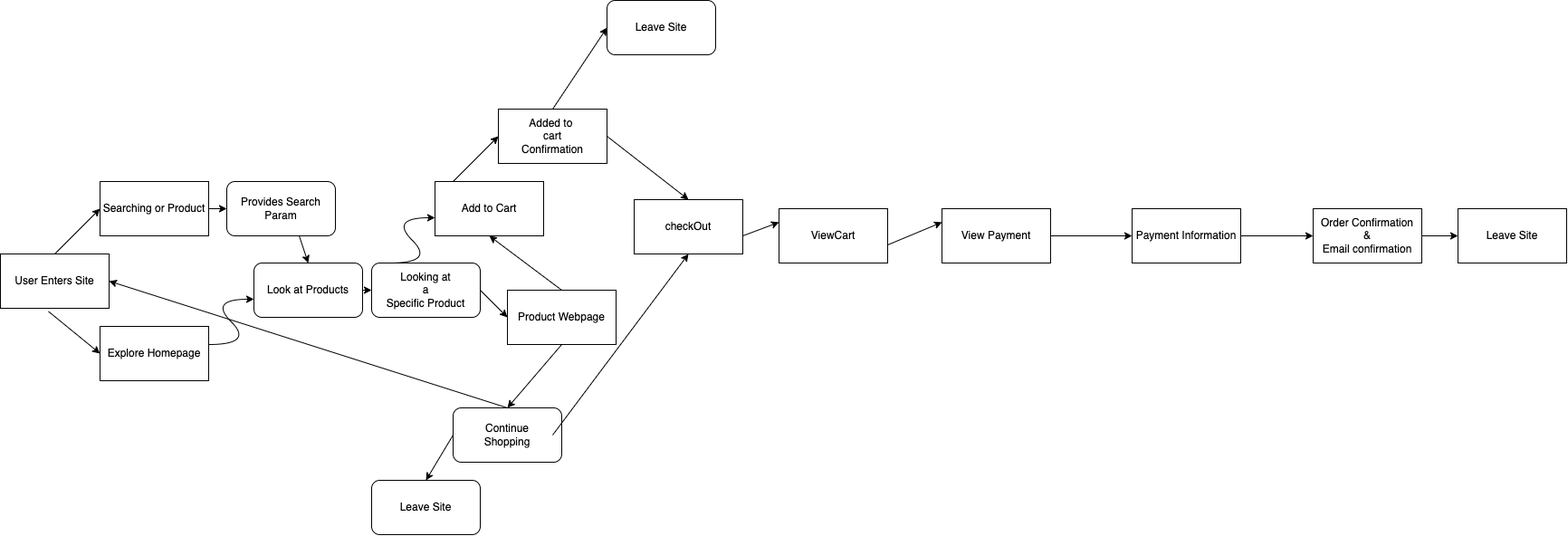
nedbitar/sp24-cse110-lab4 keeps this draw.io diagram as explore/diagramming/diagram.drawio.png. Above is the earlier version. Source tidied: cells renumbered, new cells last; positions are measured from the earlier drawing's top-left corner, leaving out a move shared by most shapes.
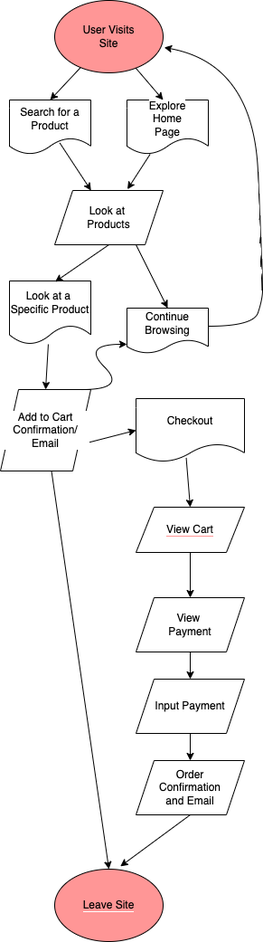
Above is the later version.

The edit, as a diff of the source:
```diff
@@ -2,168 +2,113 @@
   <root>
     <mxCell id="0" />
     <mxCell id="1" parent="0" />
-    <mxCell id="2" value="User Enters Site" style="rounded=0;whiteSpace=wrap;html=1;" parent="1" vertex="1">
-      <mxGeometry y="280" width="120" height="60" as="geometry" />
-    </mxCell>
-    <mxCell id="3" value="Searching or Product" style="rounded=0;whiteSpace=wrap;html=1;" parent="1" vertex="1">
-      <mxGeometry x="110" y="200" width="120" height="60" as="geometry" />
-    </mxCell>
-    <mxCell id="4" value="Explore Homepage" style="rounded=0;whiteSpace=wrap;html=1;" parent="1" vertex="1">
-      <mxGeometry x="110" y="360" width="120" height="60" as="geometry" />
-    </mxCell>
-    <mxCell id="5" value="Provides Search Param" style="rounded=1;whiteSpace=wrap;html=1;" parent="1" vertex="1">
-      <mxGeometry x="250" y="200" width="120" height="60" as="geometry" />
-    </mxCell>
+    <mxCell id="40" value="&lt;font color=&quot;#000000&quot;&gt;User Visits&lt;br&gt;Site&lt;/font&gt;" style="ellipse;whiteSpace=wrap;html=1;fillColor=#FF9696;" parent="1" vertex="1">
+      <mxGeometry x="70" y="-100" width="120" height="80" as="geometry" />
+    </mxCell>
+    <mxCell id="41" value="Search for a Product" style="shape=document;whiteSpace=wrap;html=1;boundedLbl=1;labelBackgroundColor=#FFFFFF;fontColor=#000000;fillColor=#FFFFFF;" parent="1" vertex="1">
+      <mxGeometry x="20" y="10" width="90" height="60" as="geometry" />
+    </mxCell>
+    <mxCell id="42" value="Explore&lt;br&gt;Home&lt;br&gt;Page" style="shape=document;whiteSpace=wrap;html=1;boundedLbl=1;labelBackgroundColor=#FFFFFF;fontColor=#000000;fillColor=#FFFFFF;" parent="1" vertex="1">
+      <mxGeometry x="150" y="10" width="90" height="60" as="geometry" />
+    </mxCell>
+    <mxCell id="43" style="endArrow=classic;html=1;fontColor=#000000;entryX=0.5;entryY=0;entryDx=0;entryDy=0;" parent="1" edge="1" source="40" target="41">
+      <mxGeometry relative="1" as="geometry" />
+    </mxCell>
+    <mxCell id="44" style="endArrow=classic;html=1;fontColor=#000000;entryX=0.5;entryY=0;entryDx=0;entryDy=0;" parent="1" edge="1" source="40">
+      <mxGeometry relative="1" as="geometry">
+        <mxPoint x="190" y="10" as="targetPoint" />
+      </mxGeometry>
+    </mxCell>
-    <mxCell id="6" value="Look at Products" style="rounded=1;whiteSpace=wrap;html=1;" parent="1" vertex="1">
-      <mxGeometry x="280" y="290" width="120" height="60" as="geometry" />
+    <mxCell id="6" value="Look at&amp;nbsp;&lt;br&gt;Products" style="shape=parallelogram;perimeter=parallelogramPerimeter;whiteSpace=wrap;html=1;fixedSize=1;labelBackgroundColor=#FFFFFF;fontColor=#000000;fillColor=#FFFFFF;" parent="1" vertex="1">
+      <mxGeometry x="70" y="110" width="120" height="60" as="geometry" />
     </mxCell>
-    <mxCell id="7" style="endArrow=classic;html=1;" parent="1" edge="1">
-      <mxGeometry relative="1" as="geometry">
-        <mxPoint x="60" y="280" as="sourcePoint" />
-        <mxPoint x="110" y="230" as="targetPoint" />
-      </mxGeometry>
-    </mxCell>
-    <mxCell id="8" style="endArrow=classic;html=1;entryX=0;entryY=0.5;entryDx=0;entryDy=0;exitX=0.442;exitY=1.058;exitDx=0;exitDy=0;exitPerimeter=0;" parent="1" edge="1" source="2" target="4">
-      <mxGeometry relative="1" as="geometry" />
-    </mxCell>
-    <mxCell id="9" style="endArrow=classic;html=1;entryX=0;entryY=0.5;entryDx=0;entryDy=0;" parent="1" edge="1" target="5">
-      <mxGeometry relative="1" as="geometry">
-        <mxPoint x="230" y="230" as="sourcePoint" />
-      </mxGeometry>
-    </mxCell>
-    <mxCell id="10" style="curved=1;endArrow=classic;html=1;" parent="1" edge="1">
-      <mxGeometry relative="1" as="geometry">
-        <mxPoint x="230" y="380" as="sourcePoint" />
-        <mxPoint x="280" y="330" as="targetPoint" />
-        <Array as="points">
-          <mxPoint x="280" y="380" />
-          <mxPoint x="230" y="330" />
-        </Array>
-      </mxGeometry>
-    </mxCell>
-    <mxCell id="11" style="endArrow=classic;html=1;entryX=0.5;entryY=0;entryDx=0;entryDy=0;" parent="1" edge="1" target="6">
-      <mxGeometry relative="1" as="geometry">
-        <mxPoint x="330" y="260" as="sourcePoint" />
-      </mxGeometry>
-    </mxCell>
-    <mxCell id="12" value="Looking at&lt;br&gt;a&lt;br&gt;Specific Product" style="rounded=1;whiteSpace=wrap;html=1;" parent="1" vertex="1">
-      <mxGeometry x="410" y="290" width="120" height="60" as="geometry" />
-    </mxCell>
-    <mxCell id="13" style="endArrow=classic;html=1;entryX=0;entryY=0.5;entryDx=0;entryDy=0;" parent="1" edge="1" target="12">
-      <mxGeometry relative="1" as="geometry">
-        <mxPoint x="400" y="320" as="sourcePoint" />
-      </mxGeometry>
-    </mxCell>
-    <mxCell id="14" value="Add to Cart&lt;br&gt;" style="rounded=0;whiteSpace=wrap;html=1;" parent="1" vertex="1">
-      <mxGeometry x="480" y="200" width="120" height="60" as="geometry" />
-    </mxCell>
-    <mxCell id="15" value="Added to&amp;nbsp;&lt;br&gt;cart&lt;br&gt;Confirmation&lt;br&gt;" style="rounded=0;whiteSpace=wrap;html=1;" parent="1" vertex="1">
-      <mxGeometry x="550" y="120" width="120" height="60" as="geometry" />
-    </mxCell>
-    <mxCell id="16" style="curved=1;endArrow=classic;html=1;" parent="1" edge="1">
-      <mxGeometry relative="1" as="geometry">
-        <mxPoint x="430" y="290" as="sourcePoint" />
-        <mxPoint x="480" y="240" as="targetPoint" />
-        <Array as="points">
-          <mxPoint x="480" y="290" />
-          <mxPoint x="430" y="240" />
-        </Array>
-      </mxGeometry>
-    </mxCell>
-    <mxCell id="17" style="endArrow=classic;html=1;" parent="1" edge="1">
-      <mxGeometry relative="1" as="geometry">
-        <mxPoint x="500" y="200" as="sourcePoint" />
-        <mxPoint x="550" y="150" as="targetPoint" />
-      </mxGeometry>
-    </mxCell>
-    <mxCell id="18" value="Product Webpage" style="rounded=0;whiteSpace=wrap;html=1;" parent="1" vertex="1">
-      <mxGeometry x="560" y="320" width="120" height="60" as="geometry" />
-    </mxCell>
-    <mxCell id="19" style="endArrow=classic;html=1;entryX=0;entryY=0.5;entryDx=0;entryDy=0;" parent="1" edge="1" target="18">
-      <mxGeometry relative="1" as="geometry">
-        <mxPoint x="530" y="320" as="sourcePoint" />
-      </mxGeometry>
-    </mxCell>
-    <mxCell id="20" style="endArrow=classic;html=1;entryX=0.5;entryY=1;entryDx=0;entryDy=0;" parent="1" edge="1" target="14">
-      <mxGeometry relative="1" as="geometry">
-        <mxPoint x="620" y="320" as="sourcePoint" />
-      </mxGeometry>
-    </mxCell>
-    <mxCell id="21" value="Continue&lt;br&gt;Shopping" style="rounded=1;whiteSpace=wrap;html=1;" parent="1" vertex="1">
-      <mxGeometry x="500" y="450" width="120" height="60" as="geometry" />
-    </mxCell>
-    <mxCell id="22" style="endArrow=classic;html=1;exitX=0.5;exitY=0;exitDx=0;exitDy=0;entryX=1;entryY=0.5;entryDx=0;entryDy=0;" parent="1" edge="1" source="21" target="2">
-      <mxGeometry relative="1" as="geometry" />
-    </mxCell>
-    <mxCell id="23" style="endArrow=classic;html=1;exitX=0.5;exitY=1;exitDx=0;exitDy=0;entryX=0.5;entryY=0;entryDx=0;entryDy=0;" parent="1" edge="1" source="18" target="21">
-      <mxGeometry relative="1" as="geometry" />
-    </mxCell>
-    <mxCell id="24" value="checkOut" style="rounded=0;whiteSpace=wrap;html=1;" parent="1" vertex="1">
-      <mxGeometry x="700" y="220" width="120" height="60" as="geometry" />
-    </mxCell>
-    <mxCell id="25" style="endArrow=classic;html=1;entryX=0.5;entryY=0;entryDx=0;entryDy=0;" parent="1" edge="1" target="24">
-      <mxGeometry relative="1" as="geometry">
-        <mxPoint x="670" y="150" as="sourcePoint" />
-      </mxGeometry>
-    </mxCell>
-    <mxCell id="26" value="Leave Site&lt;br&gt;" style="rounded=1;whiteSpace=wrap;html=1;" parent="1" vertex="1">
-      <mxGeometry x="670" width="120" height="60" as="geometry" />
-    </mxCell>
-    <mxCell id="27" style="endArrow=classic;html=1;entryX=0;entryY=0.5;entryDx=0;entryDy=0;" parent="1" edge="1" target="26">
-      <mxGeometry relative="1" as="geometry">
-        <mxPoint x="610" y="120" as="sourcePoint" />
-      </mxGeometry>
-    </mxCell>
-    <mxCell id="28" style="endArrow=classic;html=1;entryX=0.5;entryY=1;entryDx=0;entryDy=0;" parent="1" edge="1" target="24">
-      <mxGeometry relative="1" as="geometry">
-        <mxPoint x="610" y="480" as="sourcePoint" />
-      </mxGeometry>
-    </mxCell>
-    <mxCell id="29" value="Leave Site&lt;br&gt;" style="rounded=1;whiteSpace=wrap;html=1;" parent="1" vertex="1">
-      <mxGeometry x="410" y="530" width="120" height="60" as="geometry" />
-    </mxCell>
-    <mxCell id="30" style="endArrow=classic;html=1;entryX=0.5;entryY=0;entryDx=0;entryDy=0;exitX=0;exitY=0.5;exitDx=0;exitDy=0;" parent="1" edge="1" source="21" target="29">
-      <mxGeometry relative="1" as="geometry" />
-    </mxCell>
-    <mxCell id="31" value="ViewCart&lt;br&gt;" style="rounded=0;whiteSpace=wrap;html=1;" parent="1" vertex="1">
-      <mxGeometry x="860" y="230" width="120" height="60" as="geometry" />
-    </mxCell>
+    <mxCell id="45" style="endArrow=classic;html=1;fontColor=#000000;exitX=0.619;exitY=0.793;exitDx=0;exitDy=0;exitPerimeter=0;" parent="1" edge="1" source="41" target="6">
+      <mxGeometry relative="1" as="geometry" />
+    </mxCell>
+    <mxCell id="46" style="endArrow=classic;html=1;fontColor=#000000;entryX=0.671;entryY=-0.022;entryDx=0;entryDy=0;entryPerimeter=0;" parent="1" edge="1" source="42" target="6">
+      <mxGeometry relative="1" as="geometry" />
+    </mxCell>
+    <mxCell id="47" value="Look at a&amp;nbsp;&lt;br&gt;Specific Product" style="shape=document;whiteSpace=wrap;html=1;boundedLbl=1;labelBackgroundColor=#FFFFFF;fontColor=#000000;fillColor=#FFFFFF;" parent="1" vertex="1">
+      <mxGeometry x="20" y="210" width="90" height="70" as="geometry" />
+    </mxCell>
+    <mxCell id="48" style="endArrow=classic;html=1;fontColor=#000000;exitX=0.5;exitY=1;exitDx=0;exitDy=0;entryX=0.561;entryY=0.013;entryDx=0;entryDy=0;entryPerimeter=0;" parent="1" edge="1" source="6" target="47">
+      <mxGeometry relative="1" as="geometry" />
+    </mxCell>
+    <mxCell id="49" value="Continue&lt;br&gt;Browsing" style="shape=document;whiteSpace=wrap;html=1;boundedLbl=1;labelBackgroundColor=#FFFFFF;fontColor=#000000;fillColor=#FFFFFF;" parent="1" vertex="1">
+      <mxGeometry x="150" y="240" width="90" height="50" as="geometry" />
+    </mxCell>
+    <mxCell id="50" style="edgeStyle=none;html=1;exitX=1;exitY=0.75;exitDx=0;exitDy=0;entryX=0;entryY=0.5;entryDx=0;entryDy=0;fontColor=#000000;" parent="1" edge="1" source="52" target="57">
+      <mxGeometry relative="1" as="geometry" />
+    </mxCell>
+    <mxCell id="51" style="edgeStyle=none;html=1;entryX=0.5;entryY=0;entryDx=0;entryDy=0;fontColor=#000000;" parent="1" edge="1" source="52" target="58">
+      <mxGeometry relative="1" as="geometry" />
+    </mxCell>
+    <mxCell id="52" value="Add to Cart Confirmation/&lt;br&gt;Email" style="shape=parallelogram;perimeter=parallelogramPerimeter;whiteSpace=wrap;html=1;fixedSize=1;labelBackgroundColor=#FFFFFF;fontColor=#000000;fillColor=#FFFFFF;" parent="1" vertex="1">
+      <mxGeometry x="10" y="330" width="100" height="90" as="geometry" />
+    </mxCell>
+    <mxCell id="53" style="endArrow=classic;html=1;fontColor=#000000;" parent="1" edge="1" source="47">
+      <mxGeometry relative="1" as="geometry">
+        <mxPoint x="60" y="330" as="targetPoint" />
+      </mxGeometry>
+    </mxCell>
+    <mxCell id="54" style="curved=1;endArrow=classic;html=1;fontColor=#000000;" parent="1" edge="1">
+      <mxGeometry relative="1" as="geometry">
+        <mxPoint x="100" y="330" as="sourcePoint" />
+        <mxPoint x="150" y="280" as="targetPoint" />
+        <Array as="points">
+          <mxPoint x="150" y="330" />
+          <mxPoint x="100" y="280" />
+        </Array>
+      </mxGeometry>
+    </mxCell>
+    <mxCell id="55" style="curved=1;endArrow=classic;html=1;fontColor=#000000;entryX=1.01;entryY=0.65;entryDx=0;entryDy=0;entryPerimeter=0;" parent="1" edge="1" target="40">
+      <mxGeometry relative="1" as="geometry">
+        <mxPoint x="240" y="260" as="sourcePoint" />
+        <Array as="points">
+          <mxPoint x="290" y="260" />
+          <mxPoint x="300" y="230" />
+          <mxPoint x="300" y="210" />
+          <mxPoint x="290" y="-30" />
+        </Array>
+      </mxGeometry>
+    </mxCell>
+    <mxCell id="56" style="endArrow=classic;html=1;fontColor=#000000;entryX=0.5;entryY=0;entryDx=0;entryDy=0;" parent="1" edge="1" target="49">
+      <mxGeometry relative="1" as="geometry">
+        <mxPoint x="160" y="170" as="sourcePoint" />
+      </mxGeometry>
+    </mxCell>
+    <mxCell id="57" value="Checkout" style="shape=document;whiteSpace=wrap;html=1;boundedLbl=1;labelBackgroundColor=#FFFFFF;fontColor=#000000;fillColor=#FFFFFF;size=0.2857142857142825;" parent="1" vertex="1">
+      <mxGeometry x="160" y="340" width="120" height="70" as="geometry" />
+    </mxCell>
+    <mxCell id="58" value="&lt;span style=&quot;background-color: rgb(255, 150, 150);&quot;&gt;Leave Site&lt;br&gt;&lt;/span&gt;" style="ellipse;whiteSpace=wrap;html=1;labelBackgroundColor=#FFFFFF;fontColor=#000000;fillColor=#FF9696;" parent="1" vertex="1">
+      <mxGeometry x="70" y="860" width="120" height="80" as="geometry" />
+    </mxCell>
+    <mxCell id="59" style="edgeStyle=none;html=1;exitX=0.5;exitY=1;exitDx=0;exitDy=0;entryX=0.5;entryY=0;entryDx=0;entryDy=0;fontColor=#000000;" parent="1" edge="1" source="60" target="32">
+      <mxGeometry relative="1" as="geometry" />
+    </mxCell>
+    <mxCell id="60" value="&lt;span style=&quot;background-color: rgb(255, 255, 255);&quot;&gt;View Cart&lt;/span&gt;" style="shape=parallelogram;perimeter=parallelogramPerimeter;whiteSpace=wrap;html=1;fixedSize=1;labelBackgroundColor=#FF9696;fontColor=#000000;fillColor=#FFFFFF;" parent="1" vertex="1">
+      <mxGeometry x="160" y="460" width="120" height="50" as="geometry" />
+    </mxCell>
+    <mxCell id="61" style="endArrow=classic;html=1;fontColor=#000000;entryX=0.5;entryY=0;entryDx=0;entryDy=0;exitX=0.463;exitY=0.935;exitDx=0;exitDy=0;exitPerimeter=0;" parent="1" edge="1" source="57" target="60">
+      <mxGeometry relative="1" as="geometry" />
+    </mxCell>
+    <mxCell id="62" style="edgeStyle=none;html=1;exitX=0.5;exitY=1;exitDx=0;exitDy=0;entryX=0.5;entryY=0;entryDx=0;entryDy=0;fontColor=#000000;" parent="1" edge="1" source="32" target="64">
+      <mxGeometry relative="1" as="geometry" />
+    </mxCell>
-    <mxCell id="32" value="View Payment&lt;br&gt;" style="rounded=0;whiteSpace=wrap;html=1;" parent="1" vertex="1">
-      <mxGeometry x="1040" y="230" width="120" height="60" as="geometry" />
+    <mxCell id="32" value="View&amp;nbsp;&lt;br&gt;Payment" style="shape=parallelogram;perimeter=parallelogramPerimeter;whiteSpace=wrap;html=1;fixedSize=1;labelBackgroundColor=#FFFFFF;fontColor=#000000;fillColor=#FFFFFF;" parent="1" vertex="1">
+      <mxGeometry x="160" y="560" width="120" height="60" as="geometry" />
     </mxCell>
-    <mxCell id="33" value="Payment Information&lt;br&gt;" style="rounded=0;whiteSpace=wrap;html=1;" parent="1" vertex="1">
-      <mxGeometry x="1250" y="230" width="120" height="60" as="geometry" />
-    </mxCell>
-    <mxCell id="34" value="Order Confirmation&lt;br&gt;&amp;amp;&lt;br&gt;Email confirmation" style="rounded=0;whiteSpace=wrap;html=1;" parent="1" vertex="1">
-      <mxGeometry x="1450" y="230" width="120" height="60" as="geometry" />
-    </mxCell>
-    <mxCell id="35" value="Leave Site&lt;br&gt;" style="rounded=0;whiteSpace=wrap;html=1;" parent="1" vertex="1">
-      <mxGeometry x="1610" y="230" width="120" height="60" as="geometry" />
-    </mxCell>
-    <mxCell id="36" style="endArrow=classic;html=1;entryX=0;entryY=0.25;entryDx=0;entryDy=0;" parent="1" edge="1" target="31">
-      <mxGeometry relative="1" as="geometry">
-        <mxPoint x="820" y="260" as="sourcePoint" />
-      </mxGeometry>
-    </mxCell>
-    <mxCell id="37" style="endArrow=classic;html=1;entryX=0;entryY=0.25;entryDx=0;entryDy=0;" parent="1" edge="1" target="32">
-      <mxGeometry relative="1" as="geometry">
-        <mxPoint x="980" y="270" as="sourcePoint" />
-      </mxGeometry>
-    </mxCell>
-    <mxCell id="38" style="endArrow=classic;html=1;entryX=0;entryY=0.5;entryDx=0;entryDy=0;" parent="1" edge="1" target="33">
-      <mxGeometry relative="1" as="geometry">
-        <mxPoint x="1160" y="260" as="sourcePoint" />
-      </mxGeometry>
-    </mxCell>
-    <mxCell id="39" style="endArrow=classic;html=1;entryX=0;entryY=0.5;entryDx=0;entryDy=0;" parent="1" edge="1" target="34">
-      <mxGeometry relative="1" as="geometry">
-        <mxPoint x="1370" y="260" as="sourcePoint" />
-      </mxGeometry>
-    </mxCell>
-    <mxCell id="40" style="endArrow=classic;html=1;entryX=0;entryY=0.5;entryDx=0;entryDy=0;" parent="1" edge="1" target="35">
-      <mxGeometry relative="1" as="geometry">
-        <mxPoint x="1570" y="260" as="sourcePoint" />
-      </mxGeometry>
-    </mxCell>
+    <mxCell id="63" style="edgeStyle=none;html=1;exitX=0.5;exitY=1;exitDx=0;exitDy=0;entryX=0.5;entryY=0;entryDx=0;entryDy=0;fontColor=#000000;" parent="1" edge="1" source="64" target="66">
+      <mxGeometry relative="1" as="geometry" />
+    </mxCell>
+    <mxCell id="64" value="Input Payment" style="shape=parallelogram;perimeter=parallelogramPerimeter;whiteSpace=wrap;html=1;fixedSize=1;labelBackgroundColor=#FFFFFF;fontColor=#000000;fillColor=#FFFFFF;" parent="1" vertex="1">
+      <mxGeometry x="160" y="650" width="120" height="60" as="geometry" />
+    </mxCell>
+    <mxCell id="65" style="edgeStyle=none;html=1;exitX=0.5;exitY=1;exitDx=0;exitDy=0;entryX=0.606;entryY=-0.039;entryDx=0;entryDy=0;entryPerimeter=0;fontColor=#000000;" parent="1" edge="1" source="66" target="58">
+      <mxGeometry relative="1" as="geometry" />
+    </mxCell>
+    <mxCell id="66" value="Order&lt;br&gt;Confirmation&lt;br&gt;and Email" style="shape=parallelogram;perimeter=parallelogramPerimeter;whiteSpace=wrap;html=1;fixedSize=1;labelBackgroundColor=#FFFFFF;fontColor=#000000;fillColor=#FFFFFF;" parent="1" vertex="1">
+      <mxGeometry x="160" y="740" width="120" height="60" as="geometry" />
+    </mxCell>
   </root>
 </mxGraphModel>
```
